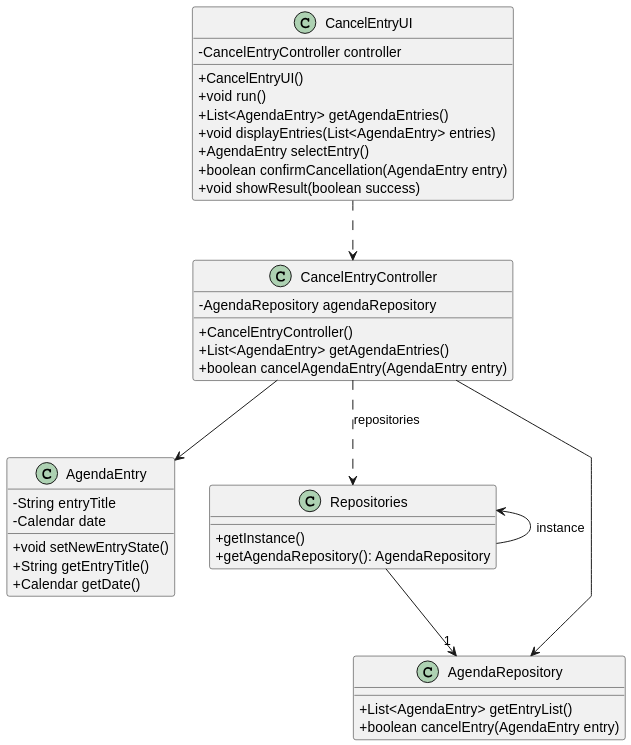
Above: docs/sprintC/us025/03.design/svg/us025-class-diagram.svg in RicardoMorim/lapr2-ISEP-Project (PlantUML), before the change. Its diagram source:
```plantuml
@startuml
skinparam packageStyle rectangle
skinparam shadowing false
skinparam linetype polyline
skinparam classAttributeIconSize 0

CancelEntryController --> AgendaEntry
CancelEntryController ..> Repositories : repositories
CancelEntryController --> AgendaRepository
CancelEntryUI ..> CancelEntryController
Repositories --> "1" AgendaRepository
Repositories <-- Repositories : instance

class CancelEntryController {
    -AgendaRepository agendaRepository
    +CancelEntryController()
    +List<AgendaEntry> getAgendaEntries()
    +boolean cancelAgendaEntry(AgendaEntry entry)
}

class AgendaEntry {
    -String entryTitle
    -Calendar date
    +void setNewEntryState()
    +String getEntryTitle()
    +Calendar getDate()
}

class AgendaRepository {
    +List<AgendaEntry> getEntryList()
    +boolean cancelEntry(AgendaEntry entry)
}

class CancelEntryUI {
    -CancelEntryController controller
    +CancelEntryUI()
    +void run()
    +List<AgendaEntry> getAgendaEntries()
    +void displayEntries(List<AgendaEntry> entries)
    +AgendaEntry selectEntry()
    +boolean confirmCancellation(AgendaEntry entry)
    +void showResult(boolean success)
}

class Repositories {
    +getInstance()
    +getAgendaRepository(): AgendaRepository
}
@enduml
```
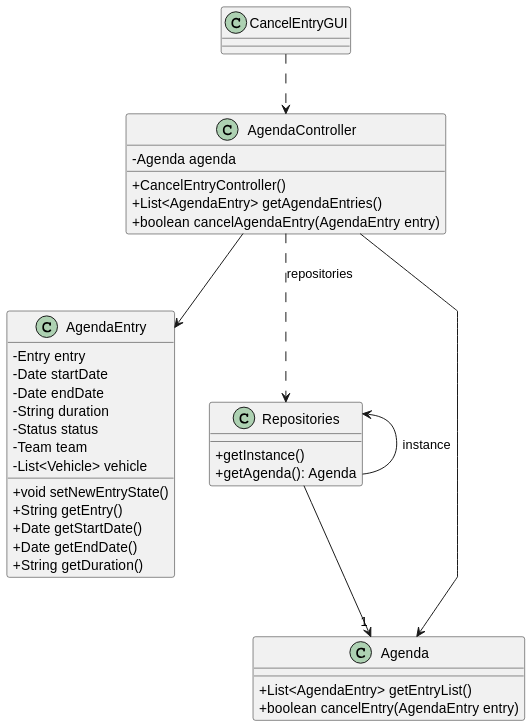
The same diagram one commit later.

What changed in the source:
```diff
@@ -4,46 +4,45 @@
 skinparam linetype polyline
 skinparam classAttributeIconSize 0
 
-CancelEntryController --> AgendaEntry
-CancelEntryController ..> Repositories : repositories
-CancelEntryController --> AgendaRepository
-CancelEntryUI ..> CancelEntryController
-Repositories --> "1" AgendaRepository
+AgendaController --> AgendaEntry
+AgendaController ..> Repositories : repositories
+AgendaController --> Agenda
+CancelEntryGUI ..> AgendaController
+Repositories --> "1" Agenda
 Repositories <-- Repositories : instance
 
-class CancelEntryController {
-    -AgendaRepository agendaRepository
+class AgendaController {
+    -Agenda agenda
     +CancelEntryController()
     +List<AgendaEntry> getAgendaEntries()
     +boolean cancelAgendaEntry(AgendaEntry entry)
 }
 
 class AgendaEntry {
-    -String entryTitle
-    -Calendar date
+    -Entry entry
+    -Date startDate
+    -Date endDate
+    -String duration
+    -Status status
+    -Team team
+    -List<Vehicle> vehicle
     +void setNewEntryState()
-    +String getEntryTitle()
-    +Calendar getDate()
+    +String getEntry()
+    +Date getStartDate()
+    +Date getEndDate()
+    +String getDuration()
 }
 
-class AgendaRepository {
+class Agenda {
     +List<AgendaEntry> getEntryList()
     +boolean cancelEntry(AgendaEntry entry)
 }
 
-class CancelEntryUI {
-    -CancelEntryController controller
-    +CancelEntryUI()
-    +void run()
-    +List<AgendaEntry> getAgendaEntries()
-    +void displayEntries(List<AgendaEntry> entries)
-    +AgendaEntry selectEntry()
-    +boolean confirmCancellation(AgendaEntry entry)
-    +void showResult(boolean success)
+class CancelEntryGUI {
 }
 
 class Repositories {
     +getInstance()
-    +getAgendaRepository(): AgendaRepository
+    +getAgenda(): Agenda
 }
 @enduml
```
